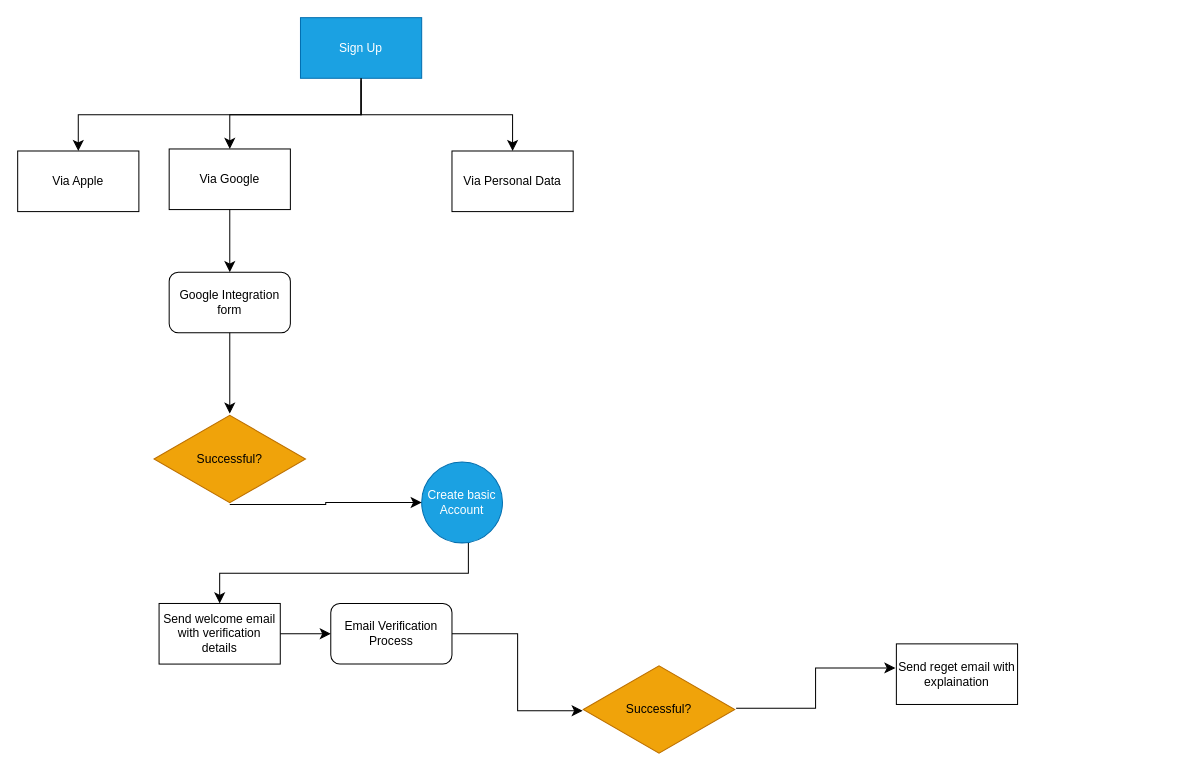
This is lib/diagram/diagram.drawio from PisethChuon/khmervie, a draw.io file, before an edit. Source tidied: cells renumbered, new cells numbered last; positions are measured from the earlier drawing's top-left corner, leaving out a move shared by most shapes. Both pictures are drawn from the tidied source at 101%, with x=0, y=0 at pixel (17, 17).
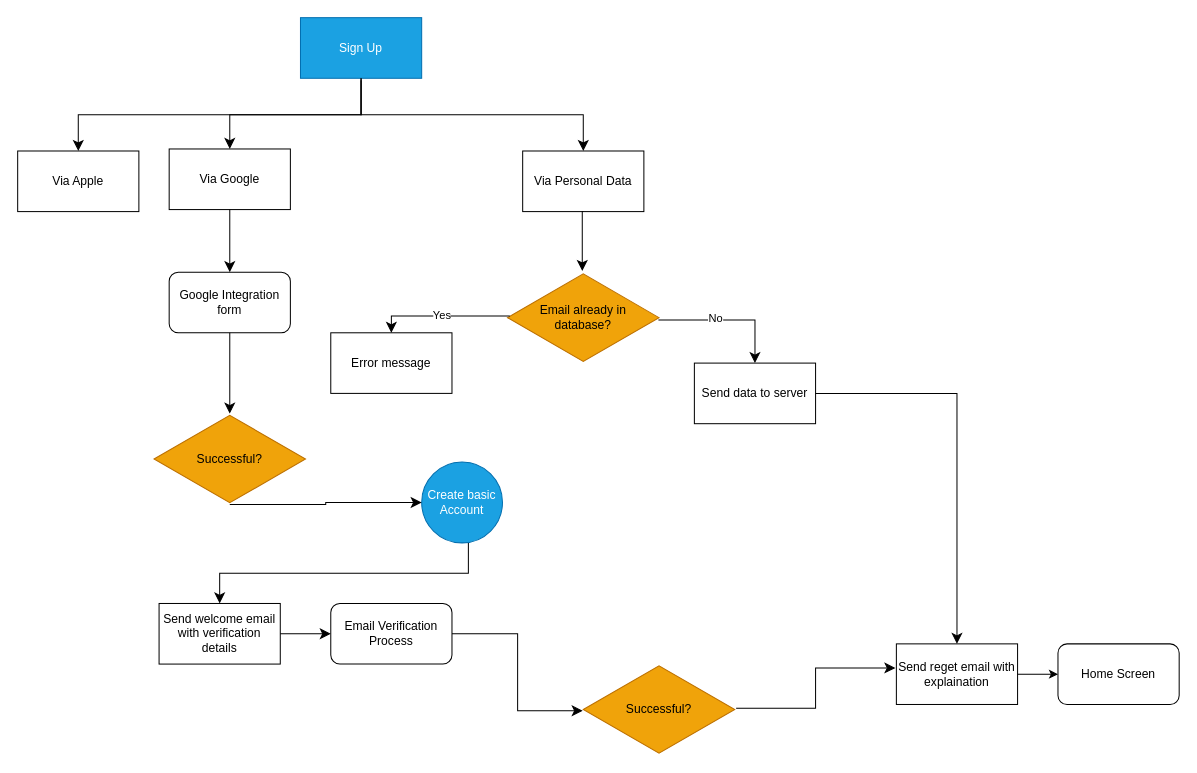
The same page after the edit.

The change refers to these unchanged cells:
```xml
<mxCell id="19" value="Send reget email with explaination" style="rounded=0;whiteSpace=wrap;html=1;gradientColor=none;" parent="1" vertex="1">
  <mxGeometry x="870" y="620" width="120" height="60" as="geometry" />
</mxCell>
```

What changed in the source:
```diff
@@
     <mxCell id="5" value="Via Personal Data" style="rounded=0;whiteSpace=wrap;html=1;gradientColor=none;" parent="1" vertex="1">
-      <mxGeometry x="430" y="132" width="120" height="60" as="geometry" />
+      <mxGeometry x="500" y="132" width="120" height="60" as="geometry" />
     </mxCell>
@@
+    <mxCell id="23" value="Email already in &lt;br&gt;database?" style="html=1;whiteSpace=wrap;shape=isoRectangle;fillColor=#f0a30a;fontColor=#000000;strokeColor=#BD7000;" parent="1" vertex="1">
+      <mxGeometry x="485" y="252" width="150" height="90" as="geometry" />
+    </mxCell>
+    <mxCell id="24" style="edgeStyle=elbowEdgeStyle;elbow=horizontal;endArrow=classic;html=1;curved=0;rounded=0;endSize=8;startSize=8;exitX=0.5;exitY=1;exitDx=0;exitDy=0;entryX=0.491;entryY=-0.013;entryDx=0;entryDy=0;entryPerimeter=0;" parent="1" edge="1" source="5" target="23">
+      <mxGeometry relative="1" as="geometry" />
+    </mxCell>
+    <mxCell id="25" value="Error message" style="rounded=0;whiteSpace=wrap;html=1;gradientColor=none;" parent="1" vertex="1">
+      <mxGeometry x="310" y="312" width="120" height="60" as="geometry" />
+    </mxCell>
+    <mxCell id="26" value="Yes" style="edgeStyle=segmentEdgeStyle;endArrow=classic;html=1;curved=0;rounded=0;endSize=8;startSize=8;entryX=0.5;entryY=0;entryDx=0;entryDy=0;exitX=0.015;exitY=0.482;exitDx=0;exitDy=0;exitPerimeter=0;" parent="1" edge="1" source="23" target="25">
+      <mxGeometry relative="1" as="geometry" />
+    </mxCell>
+    <mxCell id="27" style="edgeStyle=segmentEdgeStyle;endArrow=classic;html=1;curved=0;rounded=0;endSize=8;startSize=8;exitX=0.996;exitY=0.527;exitDx=0;exitDy=0;exitPerimeter=0;entryX=0.5;entryY=0;entryDx=0;entryDy=0;" parent="1" edge="1" source="23" target="29">
+      <mxGeometry relative="1" as="geometry" />
+    </mxCell>
+    <mxCell id="28" value="No" style="edgeLabel;html=1;align=center;verticalAlign=middle;" parent="27" vertex="1">
+      <mxGeometry x="-0.19" y="2" relative="1" as="geometry" />
+    </mxCell>
+    <mxCell id="29" value="Send data to server" style="rounded=0;whiteSpace=wrap;html=1;gradientColor=none;" parent="1" vertex="1">
+      <mxGeometry x="670" y="342" width="120" height="60" as="geometry" />
+    </mxCell>
+    <mxCell id="30" style="edgeStyle=segmentEdgeStyle;endArrow=classic;html=1;curved=0;rounded=0;endSize=8;startSize=8;exitX=1;exitY=0.5;exitDx=0;exitDy=0;entryX=0.5;entryY=0;entryDx=0;entryDy=0;" parent="1" edge="1" source="29" target="19">
+      <mxGeometry relative="1" as="geometry" />
+    </mxCell>
+    <mxCell id="31" value="Home Screen" style="rounded=1;whiteSpace=wrap;html=1;gradientColor=none;" parent="1" vertex="1">
+      <mxGeometry x="1030" y="620" width="120" height="60" as="geometry" />
+    </mxCell>
+    <mxCell id="32" style="endArrow=classic;html=1;exitX=1;exitY=0.5;exitDx=0;exitDy=0;entryX=0;entryY=0.5;entryDx=0;entryDy=0;" parent="1" edge="1" source="19" target="31">
+      <mxGeometry relative="1" as="geometry" />
+    </mxCell>
```
